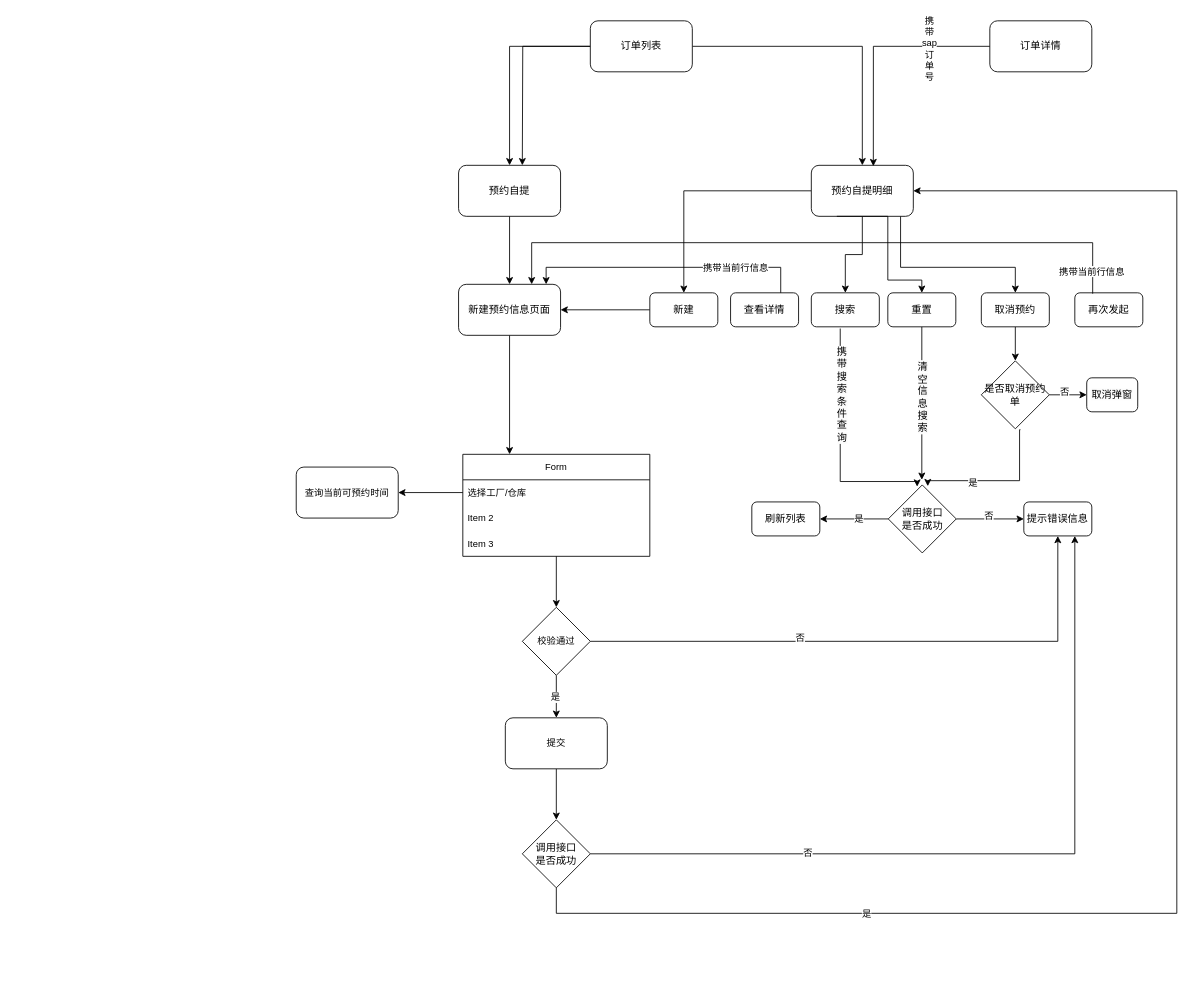
This is 管业增加自提订单预约功能/新建预约信息页面.drawio from wangadai/draw, a draw.io file, before an edit. Source tidied: cells renumbered, new cells numbered last; positions are measured from the earlier drawing's top-left corner, leaving out a move shared by most shapes. Both pictures are drawn from the tidied source at 85%, with x=0, y=0 at pixel (296, 20).
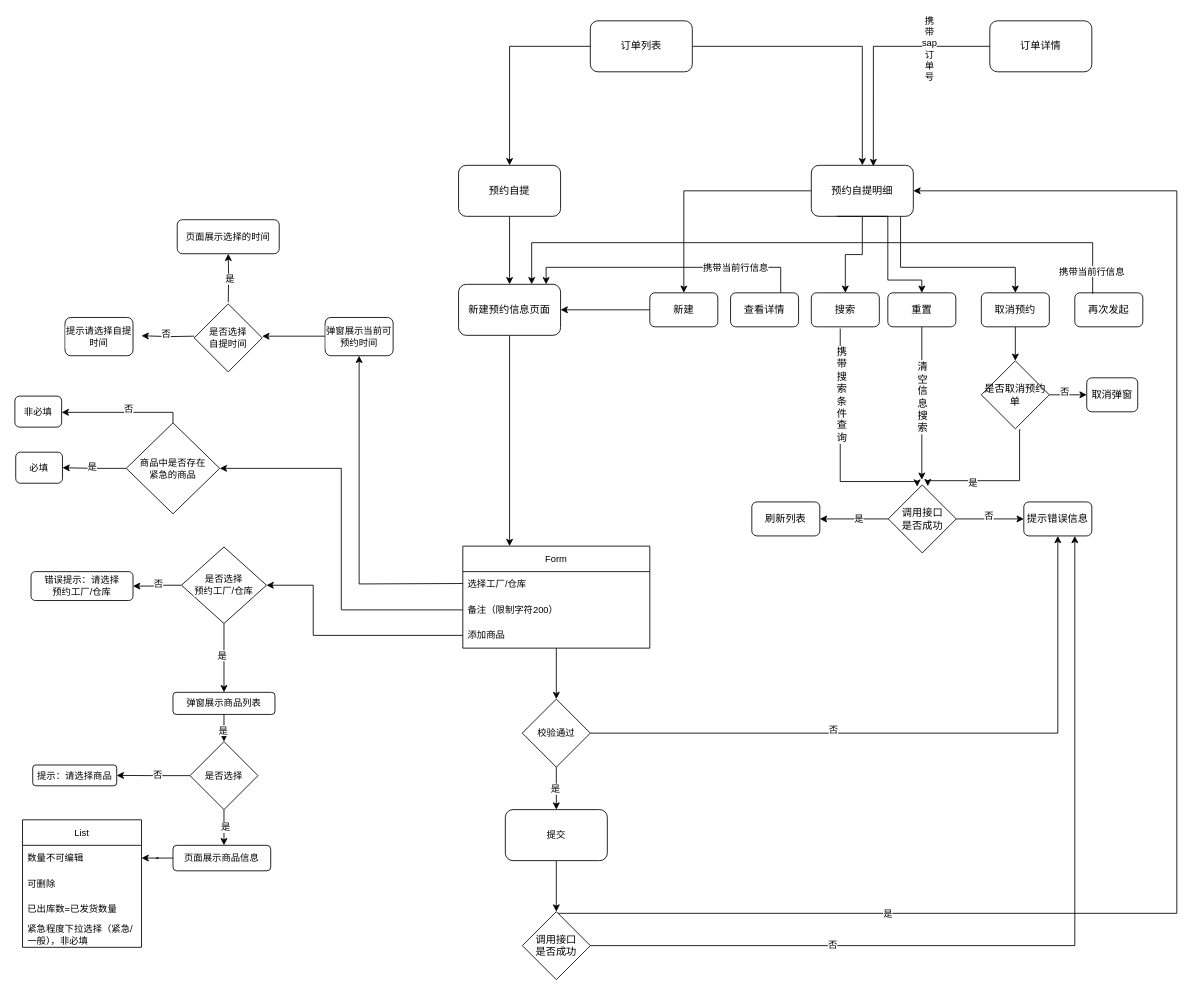
The same diagram, later.

Commit message (it also covers changes not shown here):
更新新建预约信息页面.drawio

The change refers to these unchanged cells:
```xml
<mxCell id="5" value="订单列表" style="rounded=1;whiteSpace=wrap;html=1;" parent="1" vertex="1">
  <mxGeometry x="346" width="120" height="60" as="geometry" />
</mxCell>
<mxCell id="40" value="选择工厂/仓库" style="text;strokeColor=none;fillColor=none;align=left;verticalAlign=middle;spacingLeft=4;spacingRight=4;overflow=hidden;points=[[0,0.5],[1,0.5]];portConstraint=eastwest;whiteSpace=wrap;html=1;fontFamily=Helvetica;fontSize=11;fontColor=default;labelBackgroundColor=default;" parent="39" vertex="1">
  <mxGeometry y="30" width="220" height="30" as="geometry" />
</mxCell>
```

What changed in the source:
```diff
@@
-    <mxCell id="3" style="edgeStyle=orthogonalEdgeStyle;rounded=0;jettySize=auto;html=1;" parent="1" edge="1" source="5">
-      <mxGeometry relative="1" as="geometry">
-        <mxPoint x="266" y="170" as="targetPoint" />
-      </mxGeometry>
-    </mxCell>
@@
     <mxCell id="37" value="提交" style="rounded=1;whiteSpace=wrap;html=1;fontFamily=Helvetica;fontSize=11;fontColor=default;labelBackgroundColor=default;" parent="1" vertex="1">
-      <mxGeometry x="246" y="820" width="120" height="60" as="geometry" />
+      <mxGeometry x="246" y="928" width="120" height="60" as="geometry" />
     </mxCell>
@@
     <mxCell id="39" value="Form" style="swimlane;fontStyle=0;horizontal=1;startSize=30;whiteSpace=wrap;html=1;fontFamily=Helvetica;fontSize=11;fontColor=default;labelBackgroundColor=default;" parent="1" vertex="1">
-      <mxGeometry x="196" y="510" width="220" height="120" as="geometry" />
+      <mxGeometry x="196" y="618" width="220" height="120" as="geometry" />
     </mxCell>
@@
-    <mxCell id="41" value="Item 2" style="text;strokeColor=none;fillColor=none;align=left;verticalAlign=middle;spacingLeft=4;spacingRight=4;overflow=hidden;whiteSpace=wrap;html=1;fontFamily=Helvetica;fontSize=11;fontColor=default;labelBackgroundColor=default;" parent="39" vertex="1">
-      <mxGeometry y="60" width="220" height="30" as="geometry" />
-    </mxCell>
-    <mxCell id="42" value="Item 3" style="text;strokeColor=none;fillColor=none;align=left;verticalAlign=middle;spacingLeft=4;spacingRight=4;overflow=hidden;whiteSpace=wrap;html=1;fontFamily=Helvetica;fontSize=11;fontColor=default;labelBackgroundColor=default;" parent="39" vertex="1">
-      <mxGeometry y="90" width="220" height="30" as="geometry" />
-    </mxCell>
+    <mxCell id="67" value="备注（限制字符200）" style="text;strokeColor=none;fillColor=none;align=left;verticalAlign=middle;spacingLeft=4;spacingRight=4;overflow=hidden;points=[[0,0.5],[1,0.5]];portConstraint=eastwest;whiteSpace=wrap;html=1;fontFamily=Helvetica;fontSize=11;fontColor=default;labelBackgroundColor=default;" parent="39" vertex="1">
+      <mxGeometry y="60" width="220" height="30" as="geometry" />
+    </mxCell>
+    <mxCell id="68" value="添加商品" style="text;strokeColor=none;fillColor=none;align=left;verticalAlign=middle;spacingLeft=4;spacingRight=4;overflow=hidden;points=[[0,0.5],[1,0.5]];portConstraint=eastwest;whiteSpace=wrap;html=1;fontFamily=Helvetica;fontSize=11;fontColor=default;labelBackgroundColor=default;" parent="39" vertex="1">
+      <mxGeometry y="90" width="220" height="30" as="geometry" />
+    </mxCell>
@@
     <mxCell id="47" value="校验通过" style="rhombus;whiteSpace=wrap;html=1;fontFamily=Helvetica;fontSize=11;fontColor=default;labelBackgroundColor=default;" parent="1" vertex="1">
-      <mxGeometry x="266" y="690" width="80" height="80" as="geometry" />
+      <mxGeometry x="266" y="798" width="80" height="80" as="geometry" />
     </mxCell>
@@
     <mxCell id="52" value="调用接口&lt;div&gt;是否成功&lt;/div&gt;" style="rhombus;whiteSpace=wrap;html=1;" parent="1" vertex="1">
-      <mxGeometry x="266" y="940" width="80" height="80" as="geometry" />
+      <mxGeometry x="266" y="1048" width="80" height="80" as="geometry" />
     </mxCell>
@@
+    <mxCell id="69" style="edgeStyle=orthogonalEdgeStyle;shape=connector;rounded=0;jettySize=auto;html=1;strokeColor=default;align=center;verticalAlign=middle;fontFamily=Helvetica;fontSize=11;fontColor=default;labelBackgroundColor=default;endArrow=classic;" parent="1" edge="1" source="65">
+      <mxGeometry relative="1" as="geometry">
+        <mxPoint x="-40" y="371" as="targetPoint" />
+      </mxGeometry>
+    </mxCell>
-    <mxCell id="65" value="查询当前可预约时间" style="rounded=1;whiteSpace=wrap;html=1;fontFamily=Helvetica;fontSize=11;fontColor=default;labelBackgroundColor=default;" parent="1" vertex="1">
-      <mxGeometry y="525" width="120" height="60" as="geometry" />
+    <mxCell id="65" value="弹窗展示当前可预约时间" style="rounded=1;whiteSpace=wrap;html=1;fontFamily=Helvetica;fontSize=11;fontColor=default;labelBackgroundColor=default;" parent="1" vertex="1">
+      <mxGeometry x="34" y="349" width="80" height="45" as="geometry" />
     </mxCell>
-    <mxCell id="66" style="edgeStyle=orthogonalEdgeStyle;shape=connector;rounded=0;jettySize=auto;html=1;strokeColor=default;align=center;verticalAlign=middle;fontFamily=Helvetica;fontSize=11;fontColor=default;labelBackgroundColor=default;endArrow=classic;" parent="1" edge="1" source="40" target="65">
-      <mxGeometry relative="1" as="geometry" />
+    <mxCell id="66" style="edgeStyle=orthogonalEdgeStyle;shape=connector;rounded=0;jettySize=auto;html=1;strokeColor=default;align=center;verticalAlign=middle;fontFamily=Helvetica;fontSize=11;fontColor=default;labelBackgroundColor=default;endArrow=classic;" parent="1" edge="1" target="65">
+      <mxGeometry relative="1" as="geometry">
+        <mxPoint x="196" y="662" as="sourcePoint" />
+      </mxGeometry>
     </mxCell>
+    <mxCell id="70" style="edgeStyle=orthogonalEdgeStyle;shape=connector;rounded=0;jettySize=auto;html=1;strokeColor=default;align=center;verticalAlign=middle;fontFamily=Helvetica;fontSize=11;fontColor=default;labelBackgroundColor=default;endArrow=classic;" parent="1" edge="1" target="75">
+      <mxGeometry relative="1" as="geometry">
+        <mxPoint x="-80" y="331" as="sourcePoint" />
+      </mxGeometry>
+    </mxCell>
+    <mxCell id="71" value="是" style="edgeLabel;html=1;align=center;verticalAlign=middle;fontFamily=Helvetica;fontSize=11;fontColor=default;labelBackgroundColor=default;" parent="70" vertex="1">
+      <mxGeometry x="-0.04" y="-1" relative="1" as="geometry" />
+    </mxCell>
+    <mxCell id="72" style="edgeStyle=orthogonalEdgeStyle;shape=connector;rounded=0;orthogonalLoop=1;jettySize=auto;html=1;strokeColor=default;align=center;verticalAlign=middle;fontFamily=Helvetica;fontSize=11;fontColor=default;labelBackgroundColor=default;endArrow=classic;" parent="1" edge="1">
+      <mxGeometry relative="1" as="geometry">
+        <mxPoint x="-120" y="371" as="sourcePoint" />
+        <mxPoint x="-182" y="370.5" as="targetPoint" />
+      </mxGeometry>
+    </mxCell>
+    <mxCell id="73" value="否" style="edgeLabel;html=1;align=center;verticalAlign=middle;fontFamily=Helvetica;fontSize=11;fontColor=default;labelBackgroundColor=default;" parent="72" vertex="1">
+      <mxGeometry x="0.1" y="-3" relative="1" as="geometry" />
+    </mxCell>
+    <mxCell id="74" value="是否选择&lt;div&gt;自提时间&lt;/div&gt;" style="rhombus;whiteSpace=wrap;html=1;fontFamily=Helvetica;fontSize=11;fontColor=default;labelBackgroundColor=default;" parent="1" vertex="1">
+      <mxGeometry x="-120" y="333" width="80" height="80" as="geometry" />
+    </mxCell>
+    <mxCell id="75" value="页面展示选择的时间" style="rounded=1;whiteSpace=wrap;html=1;fontSize=11;labelBackgroundColor=default;" parent="1" vertex="1">
+      <mxGeometry x="-140" y="234" width="120" height="40" as="geometry" />
+    </mxCell>
+    <mxCell id="76" value="提示请选择自提时间" style="rounded=1;whiteSpace=wrap;html=1;fontSize=11;labelBackgroundColor=default;" parent="1" vertex="1">
+      <mxGeometry x="-272" y="349" width="80" height="45" as="geometry" />
+    </mxCell>
+    <mxCell id="77" style="edgeStyle=orthogonalEdgeStyle;shape=connector;rounded=0;jettySize=auto;html=1;strokeColor=default;align=center;verticalAlign=middle;fontFamily=Helvetica;fontSize=11;fontColor=default;labelBackgroundColor=default;endArrow=classic;" parent="1" edge="1" source="81" target="83">
+      <mxGeometry relative="1" as="geometry" />
+    </mxCell>
+    <mxCell id="78" value="是" style="edgeLabel;html=1;align=center;verticalAlign=middle;fontFamily=Helvetica;fontSize=11;fontColor=default;labelBackgroundColor=default;" parent="77" vertex="1">
+      <mxGeometry x="0.08" y="-1" relative="1" as="geometry" />
+    </mxCell>
+    <mxCell id="79" style="edgeStyle=orthogonalEdgeStyle;shape=connector;rounded=0;jettySize=auto;html=1;entryX=1;entryY=0.25;entryDx=0;entryDy=0;strokeColor=default;align=center;verticalAlign=middle;fontFamily=Helvetica;fontSize=11;fontColor=default;labelBackgroundColor=default;endArrow=classic;exitX=0.5;exitY=0;exitDx=0;exitDy=0;" parent="1" edge="1" source="81">
+      <mxGeometry relative="1" as="geometry">
+        <mxPoint x="-276" y="460.6" as="targetPoint" />
+        <Array as="points">
+          <mxPoint x="-145" y="461" />
+        </Array>
+      </mxGeometry>
+    </mxCell>
+    <mxCell id="80" value="否" style="edgeLabel;html=1;align=center;verticalAlign=middle;fontFamily=Helvetica;fontSize=11;fontColor=default;labelBackgroundColor=default;" parent="79" vertex="1">
+      <mxGeometry x="-0.09" y="-4" relative="1" as="geometry" />
+    </mxCell>
+    <mxCell id="81" value="商品中是否存在&lt;div&gt;紧急的商品&lt;/div&gt;" style="rhombus;whiteSpace=wrap;html=1;fontFamily=Helvetica;fontSize=11;fontColor=default;labelBackgroundColor=default;" parent="1" vertex="1">
+      <mxGeometry x="-200" y="473" width="110" height="107" as="geometry" />
+    </mxCell>
+    <mxCell id="82" style="edgeStyle=orthogonalEdgeStyle;shape=connector;rounded=0;jettySize=auto;html=1;entryX=1;entryY=0.5;entryDx=0;entryDy=0;strokeColor=default;align=center;verticalAlign=middle;fontFamily=Helvetica;fontSize=11;fontColor=default;labelBackgroundColor=default;endArrow=classic;" parent="1" edge="1" source="67" target="81">
+      <mxGeometry relative="1" as="geometry" />
+    </mxCell>
+    <mxCell id="83" value="必填" style="rounded=1;whiteSpace=wrap;html=1;fontSize=11;labelBackgroundColor=default;" parent="1" vertex="1">
+      <mxGeometry x="-330" y="507.5" width="55" height="36.5" as="geometry" />
+    </mxCell>
+    <mxCell id="84" value="非必填" style="rounded=1;whiteSpace=wrap;html=1;fontSize=11;labelBackgroundColor=default;" parent="1" vertex="1">
+      <mxGeometry x="-331" y="441.5" width="55" height="36.5" as="geometry" />
+    </mxCell>
+    <mxCell id="85" style="edgeStyle=orthogonalEdgeStyle;shape=connector;rounded=0;jettySize=auto;html=1;strokeColor=default;align=center;verticalAlign=middle;fontFamily=Helvetica;fontSize=11;fontColor=default;labelBackgroundColor=default;endArrow=classic;" parent="1" edge="1" source="89" target="90">
+      <mxGeometry relative="1" as="geometry" />
+    </mxCell>
+    <mxCell id="86" value="否" style="edgeLabel;html=1;align=center;verticalAlign=middle;fontFamily=Helvetica;fontSize=11;fontColor=default;labelBackgroundColor=default;" parent="85" vertex="1">
+      <mxGeometry x="-0.03" y="-3" relative="1" as="geometry" />
+    </mxCell>
+    <mxCell id="87" style="edgeStyle=orthogonalEdgeStyle;shape=connector;rounded=0;jettySize=auto;html=1;strokeColor=default;align=center;verticalAlign=middle;fontFamily=Helvetica;fontSize=11;fontColor=default;labelBackgroundColor=default;endArrow=classic;" parent="1" edge="1" source="89" target="94">
+      <mxGeometry relative="1" as="geometry" />
+    </mxCell>
+    <mxCell id="88" value="是" style="edgeLabel;html=1;align=center;verticalAlign=middle;fontFamily=Helvetica;fontSize=11;fontColor=default;labelBackgroundColor=default;" parent="87" vertex="1">
+      <mxGeometry x="-0.09" y="-3" relative="1" as="geometry" />
+    </mxCell>
+    <mxCell id="89" value="是否选择&lt;div&gt;预约工厂/仓库&lt;/div&gt;" style="rhombus;whiteSpace=wrap;html=1;fontFamily=Helvetica;fontSize=11;fontColor=default;labelBackgroundColor=default;" parent="1" vertex="1">
+      <mxGeometry x="-135" y="619" width="100" height="90" as="geometry" />
+    </mxCell>
+    <mxCell id="90" value="错误提示：请选择&lt;br&gt;&lt;div&gt;预约工厂/仓库&lt;/div&gt;" style="rounded=1;whiteSpace=wrap;html=1;fontSize=11;labelBackgroundColor=default;" parent="1" vertex="1">
+      <mxGeometry x="-312" y="648" width="120" height="34" as="geometry" />
+    </mxCell>
+    <mxCell id="91" style="edgeStyle=orthogonalEdgeStyle;shape=connector;rounded=0;jettySize=auto;html=1;entryX=1;entryY=0.5;entryDx=0;entryDy=0;strokeColor=default;align=center;verticalAlign=middle;fontFamily=Helvetica;fontSize=11;fontColor=default;labelBackgroundColor=default;endArrow=classic;" parent="1" edge="1" source="68" target="89">
+      <mxGeometry relative="1" as="geometry">
+        <Array as="points">
+          <mxPoint x="20" y="723" />
+          <mxPoint x="20" y="664" />
+        </Array>
+      </mxGeometry>
+    </mxCell>
+    <mxCell id="92" style="edgeStyle=orthogonalEdgeStyle;shape=connector;rounded=0;jettySize=auto;html=1;strokeColor=default;align=center;verticalAlign=middle;fontFamily=Helvetica;fontSize=11;fontColor=default;labelBackgroundColor=default;endArrow=classic;" parent="1" edge="1" source="94" target="100">
+      <mxGeometry relative="1" as="geometry" />
+    </mxCell>
+    <mxCell id="93" value="是" style="edgeLabel;html=1;align=center;verticalAlign=middle;fontFamily=Helvetica;fontSize=11;fontColor=default;labelBackgroundColor=default;" parent="92" vertex="1">
+      <mxGeometry x="-0.08" y="2" relative="1" as="geometry" />
+    </mxCell>
+    <mxCell id="94" value="弹窗展示商品列表" style="rounded=1;whiteSpace=wrap;html=1;fontSize=11;labelBackgroundColor=default;" parent="1" vertex="1">
+      <mxGeometry x="-145" y="790" width="120" height="26" as="geometry" />
+    </mxCell>
+    <mxCell id="95" value="提示：请选择商品" style="rounded=1;whiteSpace=wrap;html=1;fontSize=11;labelBackgroundColor=default;" parent="1" vertex="1">
+      <mxGeometry x="-310" y="875.5" width="98.8" height="24.5" as="geometry" />
+    </mxCell>
+    <mxCell id="96" style="edgeStyle=orthogonalEdgeStyle;shape=connector;rounded=0;jettySize=auto;html=1;entryX=1;entryY=0.5;entryDx=0;entryDy=0;strokeColor=default;align=center;verticalAlign=middle;fontFamily=Helvetica;fontSize=11;fontColor=default;labelBackgroundColor=default;endArrow=classic;" parent="1" edge="1" source="100" target="95">
+      <mxGeometry relative="1" as="geometry" />
+    </mxCell>
+    <mxCell id="97" value="否" style="edgeLabel;html=1;align=center;verticalAlign=middle;fontFamily=Helvetica;fontSize=11;fontColor=default;labelBackgroundColor=default;" parent="96" vertex="1">
+      <mxGeometry x="-0.09" y="-2" relative="1" as="geometry" />
+    </mxCell>
+    <mxCell id="98" style="edgeStyle=orthogonalEdgeStyle;shape=connector;rounded=0;jettySize=auto;html=1;strokeColor=default;align=center;verticalAlign=middle;fontFamily=Helvetica;fontSize=11;fontColor=default;labelBackgroundColor=default;endArrow=classic;" parent="1" edge="1" source="100">
+      <mxGeometry relative="1" as="geometry">
+        <mxPoint x="-85" y="970" as="targetPoint" />
+      </mxGeometry>
+    </mxCell>
+    <mxCell id="99" value="是" style="edgeLabel;html=1;align=center;verticalAlign=middle;fontFamily=Helvetica;fontSize=11;fontColor=default;labelBackgroundColor=default;" parent="98" vertex="1">
+      <mxGeometry x="-0.06" y="1" relative="1" as="geometry" />
+    </mxCell>
+    <mxCell id="100" value="是否选择" style="rhombus;whiteSpace=wrap;html=1;fontFamily=Helvetica;fontSize=11;fontColor=default;labelBackgroundColor=default;" parent="1" vertex="1">
+      <mxGeometry x="-125" y="848" width="80" height="80" as="geometry" />
+    </mxCell>
+    <mxCell id="101" style="edgeStyle=orthogonalEdgeStyle;shape=connector;rounded=0;jettySize=auto;html=1;strokeColor=default;align=center;verticalAlign=middle;fontFamily=Helvetica;fontSize=11;fontColor=default;labelBackgroundColor=default;endArrow=classic;" parent="1" edge="1" source="102" target="104">
+      <mxGeometry relative="1" as="geometry" />
+    </mxCell>
+    <mxCell id="102" value="页面展示商品信息" style="rounded=1;whiteSpace=wrap;html=1;fontFamily=Helvetica;fontSize=11;fontColor=default;labelBackgroundColor=default;" parent="1" vertex="1">
+      <mxGeometry x="-145" y="970" width="115" height="30" as="geometry" />
+    </mxCell>
+    <mxCell id="103" value="List" style="swimlane;fontStyle=0;horizontal=1;startSize=30;whiteSpace=wrap;html=1;fontFamily=Helvetica;fontSize=11;fontColor=default;labelBackgroundColor=default;" parent="1" vertex="1">
+      <mxGeometry x="-322" y="940" width="140" height="150" as="geometry" />
+    </mxCell>
+    <mxCell id="104" value="数量不可编辑" style="text;strokeColor=none;fillColor=none;align=left;verticalAlign=middle;spacingLeft=4;spacingRight=4;overflow=hidden;points=[[0,0.5],[1,0.5]];portConstraint=eastwest;whiteSpace=wrap;html=1;fontFamily=Helvetica;fontSize=11;fontColor=default;labelBackgroundColor=default;" parent="103" vertex="1">
+      <mxGeometry y="30" width="140" height="30" as="geometry" />
+    </mxCell>
+    <mxCell id="105" value="可删除" style="text;strokeColor=none;fillColor=none;align=left;verticalAlign=middle;spacingLeft=4;spacingRight=4;overflow=hidden;whiteSpace=wrap;html=1;fontFamily=Helvetica;fontSize=11;fontColor=default;labelBackgroundColor=default;" parent="103" vertex="1">
+      <mxGeometry y="60" width="140" height="30" as="geometry" />
+    </mxCell>
+    <mxCell id="106" value="已出库数=已发货数量" style="text;strokeColor=none;fillColor=none;align=left;verticalAlign=middle;spacingLeft=4;spacingRight=4;overflow=hidden;whiteSpace=wrap;html=1;fontFamily=Helvetica;fontSize=11;fontColor=default;labelBackgroundColor=default;" parent="103" vertex="1">
+      <mxGeometry y="90" width="140" height="30" as="geometry" />
+    </mxCell>
+    <mxCell id="107" value="紧急程度下拉选择（紧急/一般），非必填" style="text;strokeColor=none;fillColor=none;align=left;verticalAlign=middle;spacingLeft=4;spacingRight=4;overflow=hidden;whiteSpace=wrap;html=1;fontFamily=Helvetica;fontSize=11;fontColor=default;labelBackgroundColor=default;" parent="103" vertex="1">
+      <mxGeometry y="120" width="140" height="30" as="geometry" />
+    </mxCell>
```
